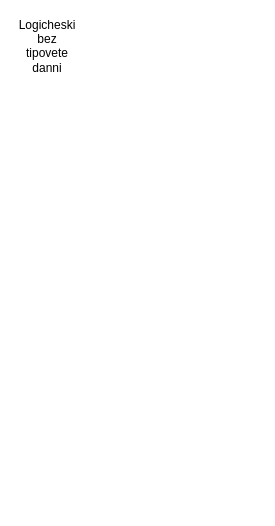
Above: Логически модел.drawio in ThEMueA/dataModeling (draw.io), before the change. Source tidied: cells renumbered, new cells numbered last; positions are measured from the earlier drawing's top-left corner, leaving out a move shared by most shapes. Both pictures are drawn from the tidied source at 100%, with x=0, y=0 at pixel (17, 38).
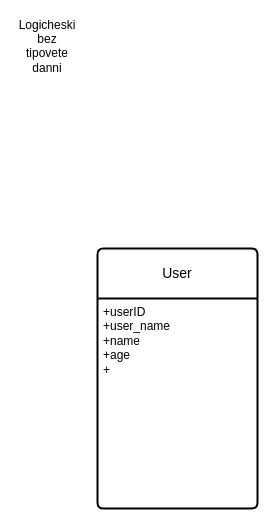
The same diagram, later.

Change to the diagram source:
```diff
@@
 <mxGraphModel>
   <root>
     <mxCell id="0" />
     <mxCell id="1" parent="0" />
     <mxCell id="2" value="Logicheski bez tipovete danni&lt;div&gt;&lt;br&gt;&lt;/div&gt;" style="text;html=1;whiteSpace=wrap;strokeColor=none;fillColor=none;align=center;verticalAlign=middle;rounded=0;" parent="1" vertex="1">
       <mxGeometry width="60" height="30" as="geometry" />
     </mxCell>
+    <mxCell id="3" value="User" style="swimlane;horizontal=1;startSize=50;rounded=1;fontSize=14;fontStyle=0;strokeWidth=2;shadow=0;dashed=0;align=center;arcSize=4;whiteSpace=wrap;html=1;" parent="1" vertex="1">
+      <mxGeometry x="80" y="210" width="160" height="260" as="geometry" />
+    </mxCell>
+    <mxCell id="4" value="+userID&lt;br&gt;+user_name&lt;br&gt;+name&lt;div&gt;+age&lt;/div&gt;&lt;div&gt;+&lt;/div&gt;" style="align=left;strokeColor=none;fillColor=none;spacingLeft=4;spacingRight=4;fontSize=12;verticalAlign=top;html=1;whiteSpace=wrap;" parent="3" vertex="1">
+      <mxGeometry y="50" width="160" height="210" as="geometry" />
+    </mxCell>
   </root>
 </mxGraphModel>
```
